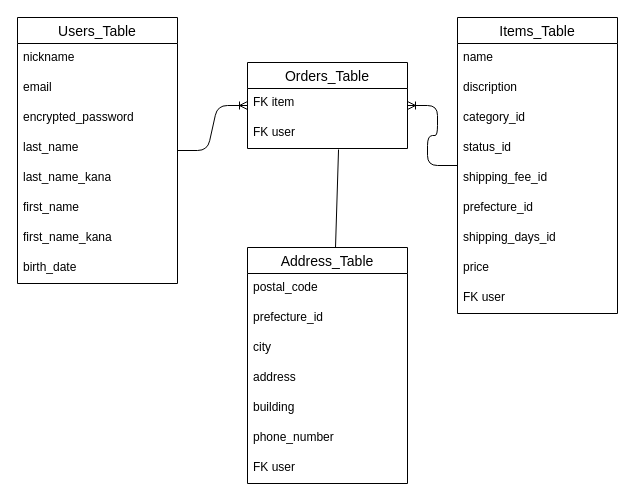
Earlier version of the draw.io diagram furima-41773.dio (Nanami-yk185/furima-41773). Source tidied: cells renumbered, new cells numbered last; positions are measured from the earlier drawing's top-left corner, leaving out a move shared by most shapes. Both pictures are drawn from the tidied source at 100%, with x=0, y=0 at pixel (17, 17).
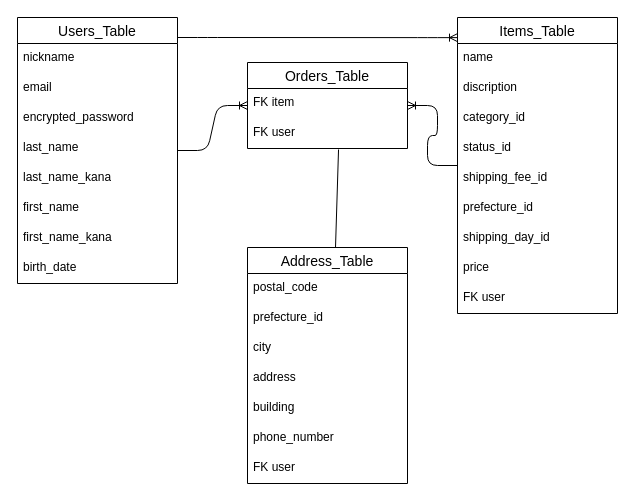
The same page after the edit.

Unchanged cells that the change refers to:
```xml
<mxCell id="11" value="Items_Table" style="swimlane;fontStyle=0;horizontal=1;startSize=26;align=center;fontSize=14;" parent="1" vertex="1">
  <mxGeometry x="440" width="160" height="296" as="geometry" />
</mxCell>
```

What changed in the source:
```diff
@@
-    <mxCell id="18" value="shipping_days_id" style="text;strokeColor=none;fillColor=none;spacingLeft=4;spacingRight=4;overflow=hidden;fontSize=12;whiteSpace=wrap;html=1;" parent="11" vertex="1">
+    <mxCell id="18" value="shipping_day_id" style="text;strokeColor=none;fillColor=none;spacingLeft=4;spacingRight=4;overflow=hidden;fontSize=12;whiteSpace=wrap;html=1;" parent="11" vertex="1">
       <mxGeometry y="206" width="160" height="30" as="geometry" />
     </mxCell>
@@
+    <mxCell id="35" style="edgeStyle=entityRelationEdgeStyle;fontSize=12;html=1;endArrow=ERoneToMany;entryX=0;entryY=0.068;entryDx=0;entryDy=0;entryPerimeter=0;" parent="1" edge="1" target="11">
+      <mxGeometry relative="1" as="geometry">
+        <mxPoint x="160" y="20" as="sourcePoint" />
+      </mxGeometry>
+    </mxCell>
```
